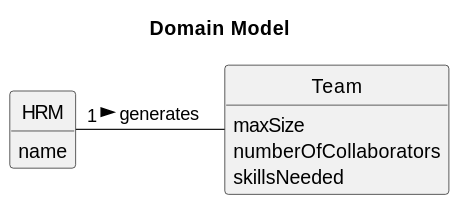
Before: docs/sprintA/us05/02.analysis/svg/us05-domain-model.svg, a diagram exported from PlantUML (daniel41silva05/ISEP_2023_2024_LAPR2). Source of this version:
```plantuml
@startuml
skinparam monochrome true
skinparam packageStyle rectangle
skinparam shadowing false


skinparam classAttributeIconSize 0

hide circle
hide methods

title Domain Model

class HRM {
    name
}

class Team {
    maxSize
    numberOfCollaborators
    skillsNeeded
}

HRM "1" - Team : generates >
@enduml
```
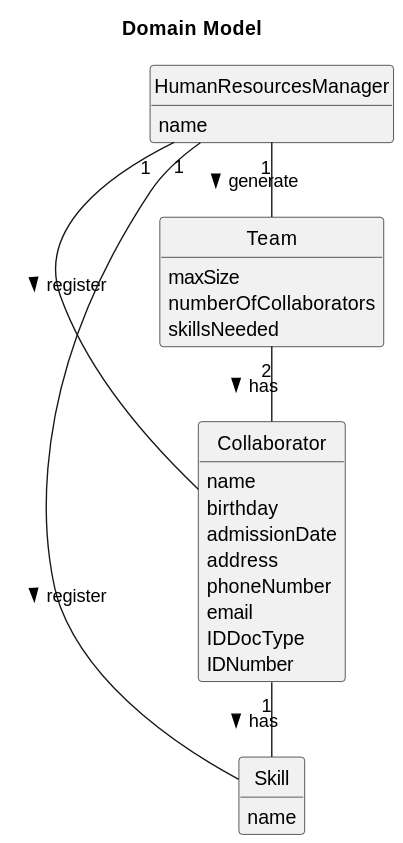
Above is the later version.

Commit message:
Update US05, US01 and global domain

Diff of the diagram source:
```diff
@@ -3,6 +3,7 @@
 skinparam packageStyle rectangle
 skinparam shadowing false
 
+left to right direction
 
 skinparam classAttributeIconSize 0
 
@@ -11,7 +12,7 @@
 
 title Domain Model
 
-class HRM {
+class HumanResourcesManager {
     name
 }
 
@@ -21,5 +22,24 @@
     skillsNeeded
 }
 
-HRM "1" - Team : generates >
+class Collaborator {
+    name
+    birthday
+    admissionDate
+    address
+    phoneNumber
+    email
+    IDDocType
+    IDNumber
+}
+
+class Skill {
+    name
+}
+
+HumanResourcesManager "1" - Team : generate >
+HumanResourcesManager "1" - Collaborator : register >
+Team "2" - Collaborator : has >
+Collaborator "1" - Skill : has >
+HumanResourcesManager "1" - Skill : register >
 @enduml
```
